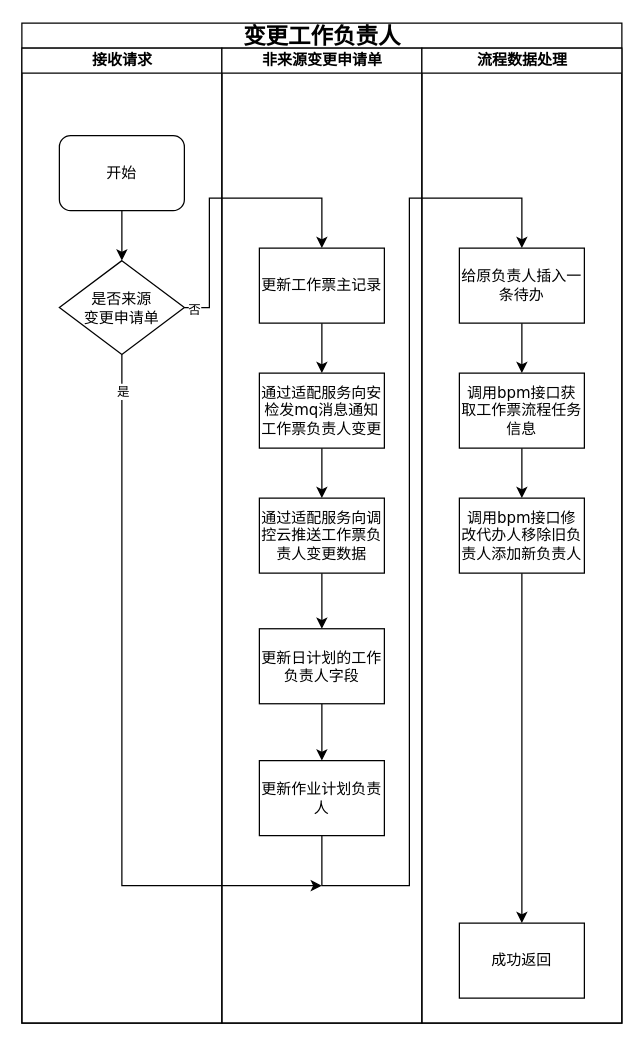
Before: 变更工作负责人.drawio in wwwwbo/myDraw, a draw.io diagram. Source tidied: cells renumbered, new cells numbered last; positions are measured from the earlier drawing's top-left corner, leaving out a move shared by most shapes. Both pictures are drawn from the tidied source at 125%, with x=0, y=0 at pixel (21, 22).
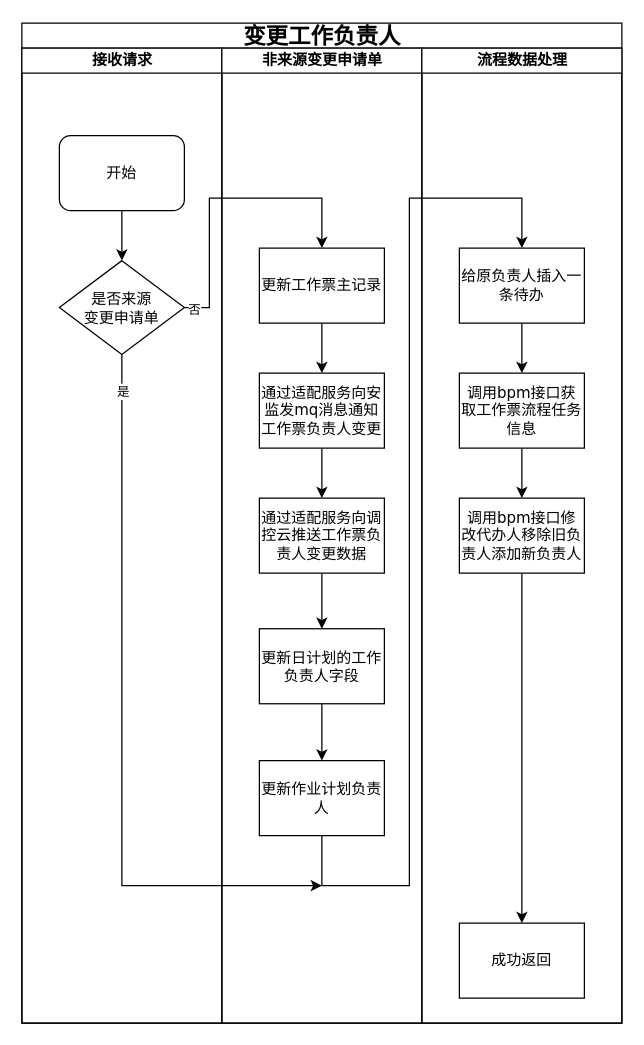
Above is the later version.

Commit message:
更新变更工作负责人.drawio

Unchanged cells that the change refers to:
```xml
<mxCell id="9" value="非来源变更申请单" style="swimlane;html=1;startSize=20;" parent="2" vertex="1">
  <mxGeometry x="160" y="20" width="160" height="780" as="geometry" />
</mxCell>
```

Change to the diagram source:
```diff
@@
-    <mxCell id="13" value="&lt;span style=&quot;font-size: 12px;&quot;&gt;通过适配服务向安检发mq消息通知&lt;/span&gt;&lt;span style=&quot;font-size: 12px;&quot;&gt;工作票负责人变更&lt;/span&gt;" style="whiteSpace=wrap;html=1;fontSize=8;fontFamily=Verdana;rounded=0;shadow=0;labelBackgroundColor=none;strokeWidth=1;" parent="9" vertex="1">
+    <mxCell id="13" value="&lt;span style=&quot;font-size: 12px;&quot;&gt;通过适配服务向安监发mq消息通知&lt;/span&gt;&lt;span style=&quot;font-size: 12px;&quot;&gt;工作票负责人变更&lt;/span&gt;" style="whiteSpace=wrap;html=1;fontSize=8;fontFamily=Verdana;rounded=0;shadow=0;labelBackgroundColor=none;strokeWidth=1;" parent="9" vertex="1">
       <mxGeometry x="30" y="260" width="100" height="60" as="geometry" />
     </mxCell>
```
